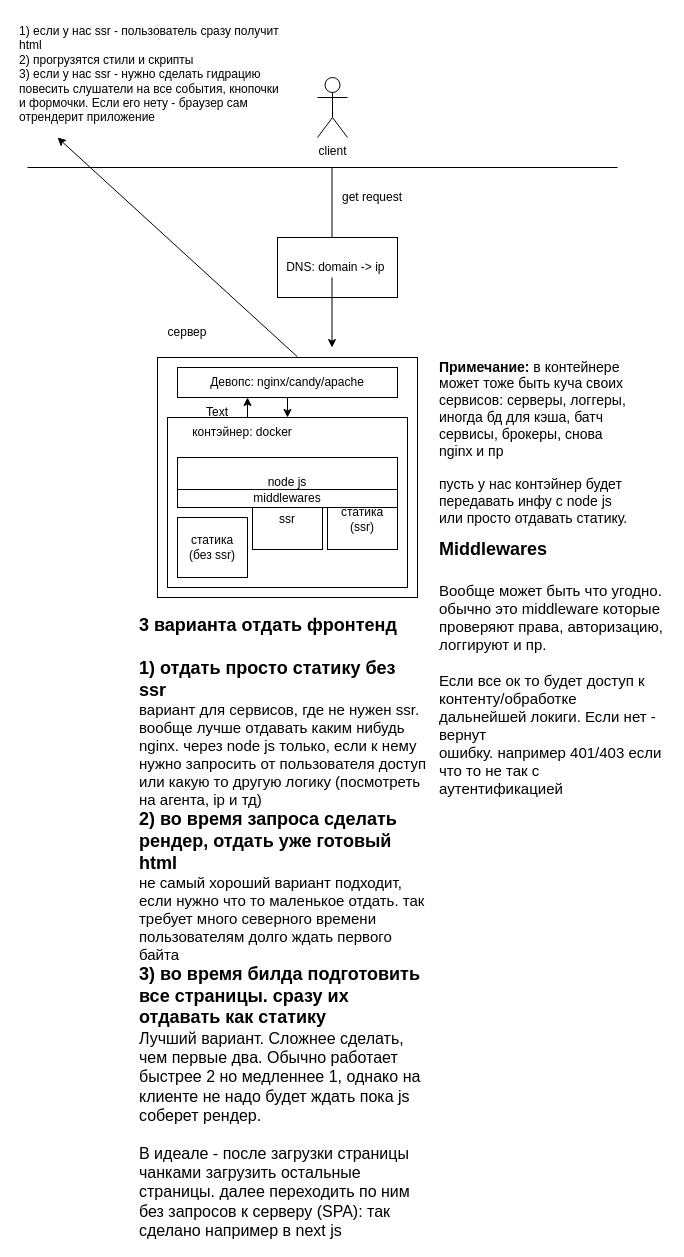
Earlier version of the draw.io diagram front.drawio (fede4ka1245/ipe). Source tidied: cells renumbered, new cells numbered last; positions are measured from the earlier drawing's top-left corner, leaving out a move shared by most shapes. Both pictures are drawn from the tidied source at 100%, with x=0, y=0 at pixel (17, 17).
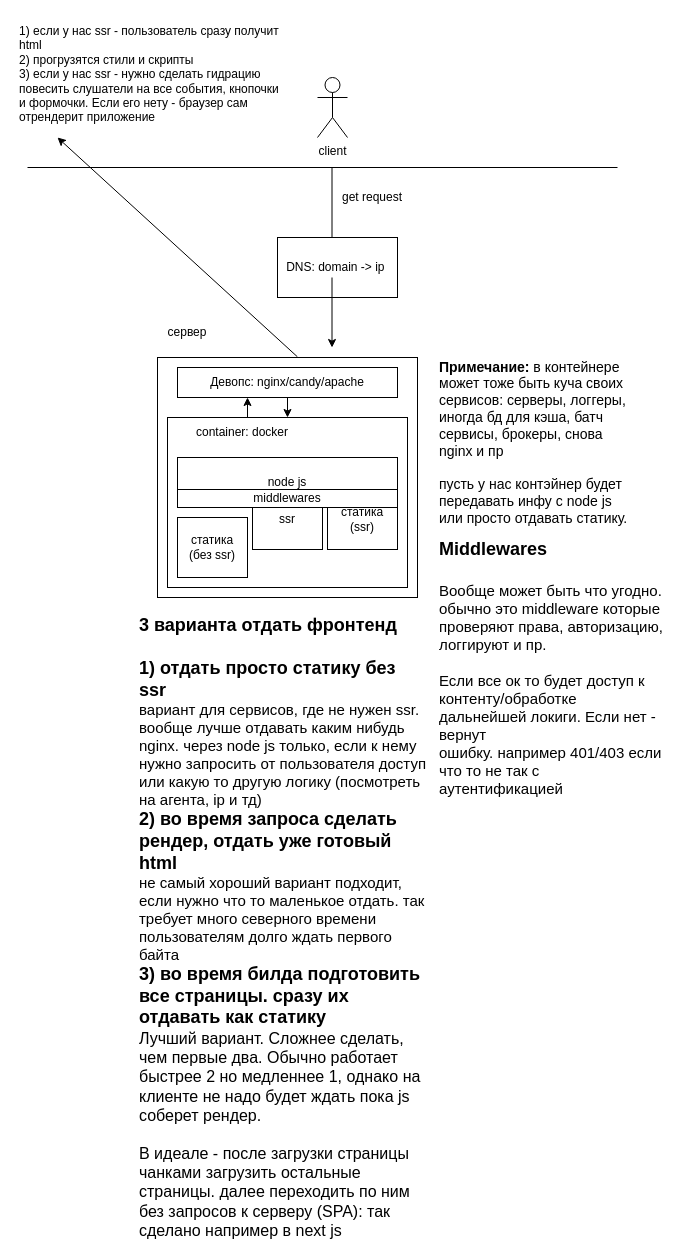
Above is the later version.

Change to the diagram source:
```diff
@@
-    <mxCell id="12" value="контэйнер: docker" style="text;html=1;align=center;verticalAlign=middle;whiteSpace=wrap;rounded=0;" parent="1" vertex="1">
+    <mxCell id="12" value="container: docker" style="text;html=1;align=center;verticalAlign=middle;whiteSpace=wrap;rounded=0;" parent="1" vertex="1">
       <mxGeometry x="170" y="390" width="110" height="50" as="geometry" />
     </mxCell>
@@
-    <mxCell id="23" value="Text" style="text;html=1;align=center;verticalAlign=middle;whiteSpace=wrap;rounded=0;" parent="1" vertex="1">
-      <mxGeometry x="170" y="380" width="60" height="30" as="geometry" />
-    </mxCell>
```
